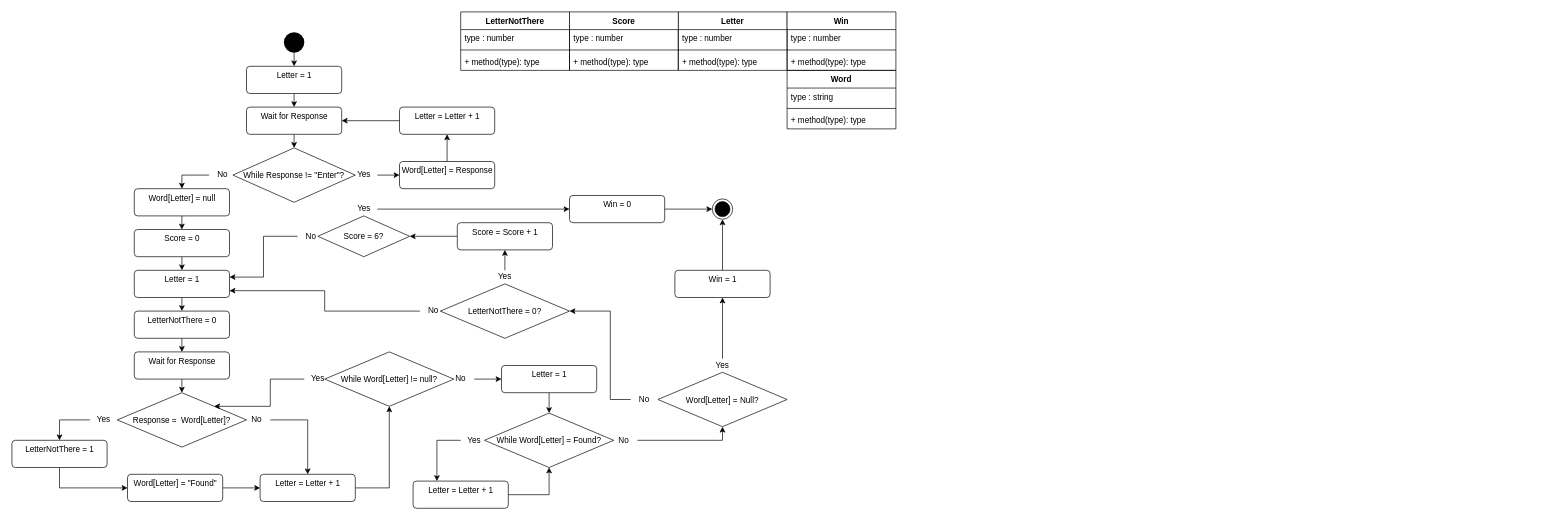
The draw.io diagram page "Hang Man" (2 of 2) of Untitled Diagram.drawio in NathanKCoding/cscs1240s21A, before the edit. Source tidied: cells renumbered, new cells numbered last; positions are measured from the earlier drawing's top-left corner, leaving out a move shared by most shapes. Both pictures are drawn from the tidied source at 68%, with x=0, y=0 at pixel (12, 12).
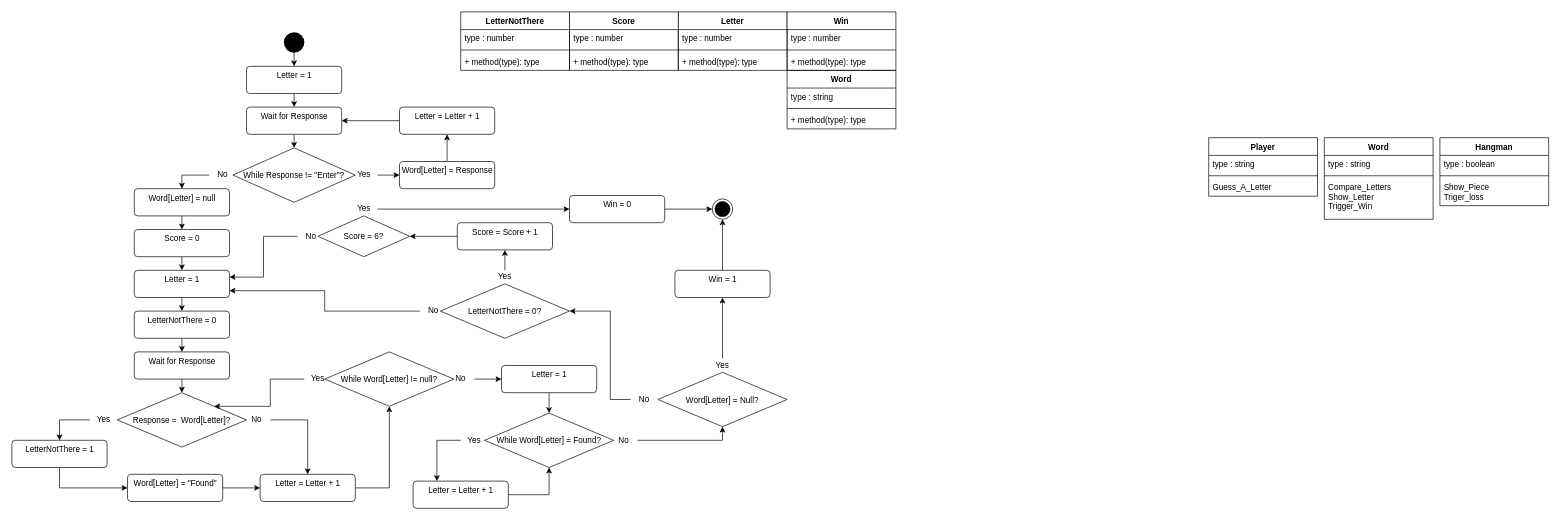
The same page after the edit.

The edit, as a diff of the source:
```diff
@@
+    <mxCell id="94" value="Player" style="swimlane;fontStyle=1;align=center;verticalAlign=top;horizontal=1;startSize=26;" parent="1" vertex="1">
+      <mxGeometry x="1760" y="185" width="160" height="86" as="geometry" />
+    </mxCell>
+    <mxCell id="95" value="type : string" style="text;strokeColor=none;fillColor=none;align=left;verticalAlign=top;spacingLeft=4;spacingRight=4;overflow=hidden;" parent="94" vertex="1">
+      <mxGeometry y="26" width="160" height="26" as="geometry" />
+    </mxCell>
+    <mxCell id="96" style="line;strokeWidth=1;fillColor=none;align=left;verticalAlign=middle;spacingTop=-1;spacingLeft=3;spacingRight=3;labelPosition=right;" parent="94" vertex="1">
+      <mxGeometry y="52" width="160" height="8" as="geometry" />
+    </mxCell>
+    <mxCell id="97" value="Guess_A_Letter" style="text;strokeColor=none;fillColor=none;align=left;verticalAlign=top;spacingLeft=4;spacingRight=4;overflow=hidden;" parent="94" vertex="1">
+      <mxGeometry y="60" width="160" height="26" as="geometry" />
+    </mxCell>
+    <mxCell id="98" value="Hangman" style="swimlane;fontStyle=1;align=center;verticalAlign=top;horizontal=1;startSize=26;" parent="1" vertex="1">
+      <mxGeometry x="2100" y="185" width="160" height="100" as="geometry" />
+    </mxCell>
+    <mxCell id="99" value="type : boolean" style="text;strokeColor=none;fillColor=none;align=left;verticalAlign=top;spacingLeft=4;spacingRight=4;overflow=hidden;" parent="98" vertex="1">
+      <mxGeometry y="26" width="160" height="26" as="geometry" />
+    </mxCell>
+    <mxCell id="100" style="line;strokeWidth=1;fillColor=none;align=left;verticalAlign=middle;spacingTop=-1;spacingLeft=3;spacingRight=3;labelPosition=right;" parent="98" vertex="1">
+      <mxGeometry y="52" width="160" height="8" as="geometry" />
+    </mxCell>
+    <mxCell id="101" value="Show_Piece&#10;Triger_loss" style="text;strokeColor=none;fillColor=none;align=left;verticalAlign=top;spacingLeft=4;spacingRight=4;overflow=hidden;" parent="98" vertex="1">
+      <mxGeometry y="60" width="160" height="40" as="geometry" />
+    </mxCell>
+    <mxCell id="102" value="Word" style="swimlane;fontStyle=1;align=center;verticalAlign=top;horizontal=1;startSize=26;" parent="1" vertex="1">
+      <mxGeometry x="1930" y="185" width="160" height="120" as="geometry" />
+    </mxCell>
+    <mxCell id="103" value="type : string" style="text;strokeColor=none;fillColor=none;align=left;verticalAlign=top;spacingLeft=4;spacingRight=4;overflow=hidden;" parent="102" vertex="1">
+      <mxGeometry y="26" width="160" height="26" as="geometry" />
+    </mxCell>
+    <mxCell id="104" style="line;strokeWidth=1;fillColor=none;align=left;verticalAlign=middle;spacingTop=-1;spacingLeft=3;spacingRight=3;labelPosition=right;" parent="102" vertex="1">
+      <mxGeometry y="52" width="160" height="8" as="geometry" />
+    </mxCell>
+    <mxCell id="105" value="Compare_Letters&#10;Show_Letter&#10;Trigger_Win" style="text;strokeColor=none;fillColor=none;align=left;verticalAlign=top;spacingLeft=4;spacingRight=4;overflow=hidden;" parent="102" vertex="1">
+      <mxGeometry y="60" width="160" height="60" as="geometry" />
+    </mxCell>
```
